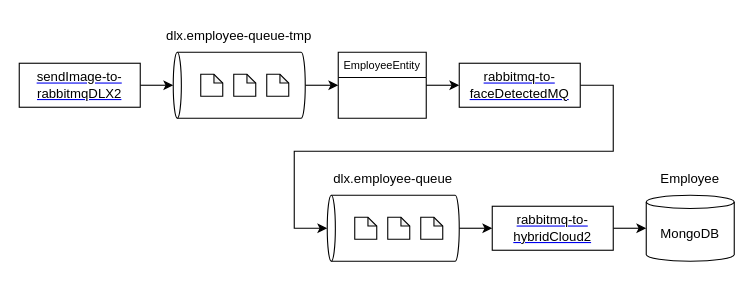
Above: rabbitMQ_KEDA_Csharp2/rabbitMQ.drawio in developer-onizuka/Diagrams (draw.io), before the change. Source tidied: cells renumbered, new cells numbered last; positions are measured from the earlier drawing's top-left corner, leaving out a move shared by most shapes. Both pictures are drawn from the tidied source at 110%, with x=0, y=0 at pixel (19, 19).
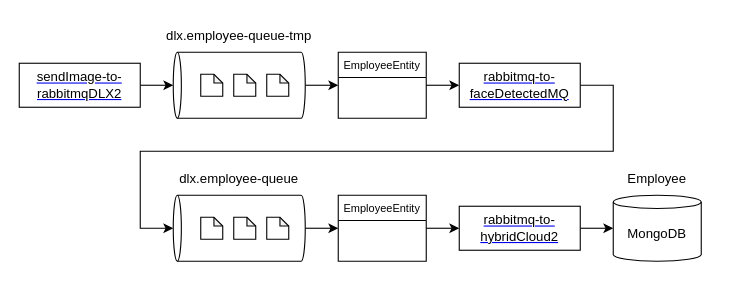
The same page after the edit.

Unchanged cells that the change refers to:
```xml
<mxCell id="13" style="rounded=0;whiteSpace=wrap;html=1;" parent="1" vertex="1">
  <mxGeometry x="400" y="40" width="110" height="40" as="geometry" />
</mxCell>
```

What changed in the source:
```diff
@@
     <mxCell id="12" style="edgeStyle=orthogonalEdgeStyle;rounded=0;jettySize=auto;html=1;exitX=1;exitY=0.5;exitDx=0;exitDy=0;fontSize=12;fontColor=#000000;entryX=0.5;entryY=0;entryDx=0;entryDy=0;entryPerimeter=0;" parent="1" edge="1" source="13" target="17">
       <mxGeometry relative="1" as="geometry">
         <Array as="points">
           <mxPoint x="540" y="60" />
           <mxPoint x="540" y="120" />
-          <mxPoint x="250" y="120" />
-          <mxPoint x="250" y="190" />
+          <mxPoint x="110" y="120" />
+          <mxPoint x="110" y="190" />
         </Array>
       </mxGeometry>
     </mxCell>
@@
-    <mxCell id="16" style="edgeStyle=orthogonalEdgeStyle;rounded=0;jettySize=auto;html=1;exitX=0.5;exitY=1;exitDx=0;exitDy=0;exitPerimeter=0;entryX=0;entryY=0.5;entryDx=0;entryDy=0;fontSize=12;fontColor=#000000;" parent="1" edge="1" source="17" target="23">
-      <mxGeometry relative="1" as="geometry" />
+    <mxCell id="16" style="edgeStyle=orthogonalEdgeStyle;rounded=0;jettySize=auto;html=1;exitX=0.5;exitY=1;exitDx=0;exitDy=0;exitPerimeter=0;entryX=0;entryY=0.5;entryDx=0;entryDy=0;fontSize=12;fontColor=#000000;" parent="1" edge="1" target="23">
+      <mxGeometry relative="1" as="geometry">
+        <mxPoint x="370" y="190" as="sourcePoint" />
+      </mxGeometry>
     </mxCell>
+    <mxCell id="28" style="edgeStyle=orthogonalEdgeStyle;rounded=0;jettySize=auto;html=1;exitX=0.5;exitY=1;exitDx=0;exitDy=0;exitPerimeter=0;entryX=0;entryY=0.5;entryDx=0;entryDy=0;" parent="1" edge="1" source="17" target="29">
+      <mxGeometry relative="1" as="geometry" />
+    </mxCell>
     <mxCell id="17" style="shape=cylinder3;whiteSpace=wrap;html=1;boundedLbl=1;backgroundOutline=1;size=3.6869659423828125;rotation=-90;" parent="1" vertex="1">
-      <mxGeometry x="310" y="130" width="60" height="120" as="geometry" />
+      <mxGeometry x="170" y="130" width="60" height="120" as="geometry" />
     </mxCell>
     <mxCell id="18" style="shape=note;whiteSpace=wrap;html=1;backgroundOutline=1;darkOpacity=0.05;size=8;" parent="1" vertex="1">
-      <mxGeometry x="305" y="180" width="20" height="20" as="geometry" />
+      <mxGeometry x="165" y="180" width="20" height="20" as="geometry" />
     </mxCell>
     <mxCell id="19" style="shape=note;whiteSpace=wrap;html=1;backgroundOutline=1;darkOpacity=0.05;size=8;" parent="1" vertex="1">
-      <mxGeometry x="335" y="180" width="20" height="20" as="geometry" />
+      <mxGeometry x="195" y="180" width="20" height="20" as="geometry" />
     </mxCell>
     <mxCell id="20" style="shape=note;whiteSpace=wrap;html=1;backgroundOutline=1;darkOpacity=0.05;size=8;" parent="1" vertex="1">
-      <mxGeometry x="365" y="180" width="20" height="20" as="geometry" />
+      <mxGeometry x="225" y="180" width="20" height="20" as="geometry" />
     </mxCell>
     <mxCell id="21" value="dlx.employee-queue" style="text;html=1;strokeColor=none;fillColor=none;align=center;verticalAlign=middle;whiteSpace=wrap;rounded=0;fontSize=12;fontColor=#000000;" parent="1" vertex="1">
-      <mxGeometry x="260" y="130" width="160" height="30" as="geometry" />
+      <mxGeometry x="120" y="130" width="160" height="30" as="geometry" />
     </mxCell>
@@
     <mxCell id="23" style="rounded=0;whiteSpace=wrap;html=1;" parent="1" vertex="1">
-      <mxGeometry x="430" y="170" width="110" height="40" as="geometry" />
+      <mxGeometry x="400" y="170" width="110" height="40" as="geometry" />
     </mxCell>
     <mxCell id="24" value="&lt;a class=&quot;js-navigation-open Link--primary&quot; title=&quot;rabbitmq-to-hybridCloud2&quot; href=&quot;https://github.com/developer-onizuka/rabbitMQ_KEDA_Csharp2/tree/main/rabbitmq-to-hybridCloud2&quot; style=&quot;box-sizing: border-box ; background-color: rgb(255 , 255 , 255) ; transition: 80ms cubic-bezier(0.33 , 1 , 0.68 , 1) 0s , 0s ease 0s , 0s ease 0s , 0s ease 0s ; font-family: , &amp;#34;blinkmacsystemfont&amp;#34; , &amp;#34;segoe ui&amp;#34; , &amp;#34;helvetica&amp;#34; , &amp;#34;arial&amp;#34; , sans-serif , &amp;#34;apple color emoji&amp;#34; , &amp;#34;segoe ui emoji&amp;#34;&quot;&gt;&lt;font color=&quot;#000000&quot; style=&quot;font-size: 12px&quot;&gt;rabbitmq-to-hybridCloud2&lt;/font&gt;&lt;/a&gt;" style="text;html=1;strokeColor=none;fillColor=none;align=center;verticalAlign=middle;whiteSpace=wrap;rounded=0;" parent="1" vertex="1">
-      <mxGeometry x="435" y="175" width="100" height="30" as="geometry" />
+      <mxGeometry x="405" y="175" width="100" height="30" as="geometry" />
     </mxCell>
     <mxCell id="25" style="shape=cylinder3;whiteSpace=wrap;html=1;boundedLbl=1;backgroundOutline=1;size=6.026069641113281;fontSize=12;fontColor=#000000;" parent="1" vertex="1">
-      <mxGeometry x="570" y="160" width="80" height="60" as="geometry" />
+      <mxGeometry x="540" y="160" width="80" height="60" as="geometry" />
     </mxCell>
     <mxCell id="26" value="Employee" style="text;html=1;strokeColor=none;fillColor=none;align=center;verticalAlign=middle;whiteSpace=wrap;rounded=0;fontSize=12;fontColor=#000000;" parent="1" vertex="1">
-      <mxGeometry x="580" y="130" width="60" height="30" as="geometry" />
+      <mxGeometry x="550" y="130" width="60" height="30" as="geometry" />
     </mxCell>
     <mxCell id="27" value="MongoDB" style="text;html=1;strokeColor=none;fillColor=none;align=center;verticalAlign=middle;whiteSpace=wrap;rounded=0;fontSize=12;fontColor=#000000;" parent="1" vertex="1">
-      <mxGeometry x="580" y="180" width="60" height="30" as="geometry" />
+      <mxGeometry x="550" y="180" width="60" height="30" as="geometry" />
     </mxCell>
+    <mxCell id="29" value="EmployeeEntity" style="swimlane;fontStyle=0;fontSize=10;" parent="1" vertex="1">
+      <mxGeometry x="290" y="160" width="80" height="60" as="geometry" />
+    </mxCell>
```
